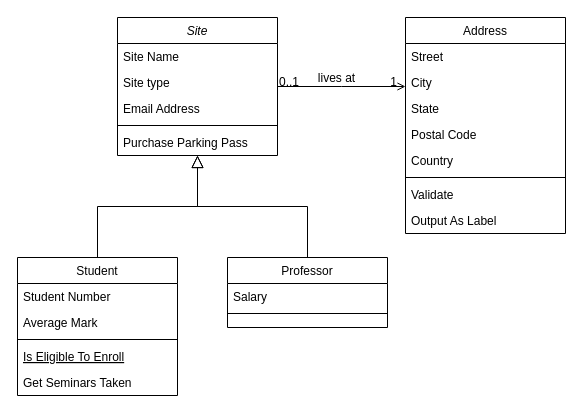
ZBCccc/KOB keeps this draw.io diagram as 未命名绘图.drawio. Above is the earlier version. Source tidied: cells renumbered, new cells numbered last; positions are measured from the earlier drawing's top-left corner, leaving out a move shared by most shapes. Both pictures are drawn from the tidied source at 100%, with x=0, y=0 at pixel (17, 17).
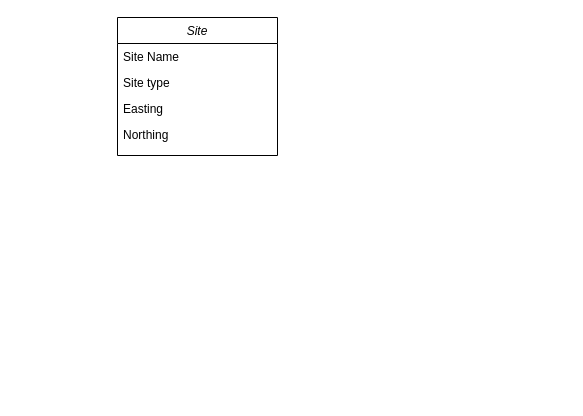
The same diagram, later.

Commit message (it also covers changes not shown here):
更新未命名绘图.drawio

The change refers to these unchanged cells:
```xml
<mxCell id="2" value="Site " style="swimlane;fontStyle=2;align=center;verticalAlign=top;horizontal=1;startSize=26;rounded=0;shadow=0;strokeWidth=1;" parent="1" vertex="1">
  <mxGeometry x="100" width="160" height="138" as="geometry" />
</mxCell>
```

The edit, as a diff of the source:
```diff
@@
-    <mxCell id="5" value="Email Address" style="text;align=left;verticalAlign=top;spacingLeft=4;spacingRight=4;overflow=hidden;rounded=0;shadow=0;html=0;" parent="2" vertex="1">
+    <mxCell id="5" value="Easting" style="text;align=left;verticalAlign=top;spacingLeft=4;spacingRight=4;overflow=hidden;rounded=0;shadow=0;html=0;" parent="2" vertex="1">
       <mxGeometry y="78" width="160" height="26" as="geometry" />
     </mxCell>
-    <mxCell id="6" style="line;html=1;strokeWidth=1;align=left;verticalAlign=middle;spacingTop=-1;spacingLeft=3;spacingRight=3;labelPosition=right;" parent="2" vertex="1">
-      <mxGeometry y="104" width="160" height="8" as="geometry" />
-    </mxCell>
-    <mxCell id="7" value="Purchase Parking Pass" style="text;align=left;verticalAlign=top;spacingLeft=4;spacingRight=4;overflow=hidden;" parent="2" vertex="1">
-      <mxGeometry y="112" width="160" height="26" as="geometry" />
-    </mxCell>
-    <mxCell id="8" value="Student" style="swimlane;fontStyle=0;align=center;verticalAlign=top;horizontal=1;startSize=26;rounded=0;shadow=0;strokeWidth=1;" parent="1" vertex="1">
-      <mxGeometry y="240" width="160" height="138" as="geometry" />
-    </mxCell>
-    <mxCell id="9" value="Student Number" style="text;align=left;verticalAlign=top;spacingLeft=4;spacingRight=4;overflow=hidden;" parent="8" vertex="1">
-      <mxGeometry y="26" width="160" height="26" as="geometry" />
-    </mxCell>
-    <mxCell id="10" value="Average Mark" style="text;align=left;verticalAlign=top;spacingLeft=4;spacingRight=4;overflow=hidden;rounded=0;shadow=0;html=0;" parent="8" vertex="1">
-      <mxGeometry y="52" width="160" height="26" as="geometry" />
-    </mxCell>
-    <mxCell id="11" style="line;html=1;strokeWidth=1;align=left;verticalAlign=middle;spacingTop=-1;spacingLeft=3;spacingRight=3;labelPosition=right;" parent="8" vertex="1">
-      <mxGeometry y="78" width="160" height="8" as="geometry" />
-    </mxCell>
-    <mxCell id="12" value="Is Eligible To Enroll" style="text;align=left;verticalAlign=top;spacingLeft=4;spacingRight=4;overflow=hidden;fontStyle=4;" parent="8" vertex="1">
-      <mxGeometry y="86" width="160" height="26" as="geometry" />
-    </mxCell>
-    <mxCell id="13" value="Get Seminars Taken" style="text;align=left;verticalAlign=top;spacingLeft=4;spacingRight=4;overflow=hidden;" parent="8" vertex="1">
-      <mxGeometry y="112" width="160" height="26" as="geometry" />
-    </mxCell>
-    <mxCell id="14" style="endArrow=block;endSize=10;endFill=0;shadow=0;strokeWidth=1;rounded=0;curved=0;edgeStyle=elbowEdgeStyle;elbow=vertical;" parent="1" edge="1" source="8" target="2">
-      <mxGeometry relative="1" as="geometry" />
-    </mxCell>
-    <mxCell id="15" value="Professor" style="swimlane;fontStyle=0;align=center;verticalAlign=top;horizontal=1;startSize=26;rounded=0;shadow=0;strokeWidth=1;" parent="1" vertex="1">
-      <mxGeometry x="210" y="240" width="160" height="70" as="geometry" />
-    </mxCell>
-    <mxCell id="16" value="Salary" style="text;align=left;verticalAlign=top;spacingLeft=4;spacingRight=4;overflow=hidden;" parent="15" vertex="1">
-      <mxGeometry y="26" width="160" height="26" as="geometry" />
-    </mxCell>
-    <mxCell id="17" style="line;html=1;strokeWidth=1;align=left;verticalAlign=middle;spacingTop=-1;spacingLeft=3;spacingRight=3;labelPosition=right;" parent="15" vertex="1">
-      <mxGeometry y="52" width="160" height="8" as="geometry" />
-    </mxCell>
-    <mxCell id="18" style="endArrow=block;endSize=10;endFill=0;shadow=0;strokeWidth=1;rounded=0;curved=0;edgeStyle=elbowEdgeStyle;elbow=vertical;" parent="1" edge="1" source="15" target="2">
-      <mxGeometry relative="1" as="geometry" />
-    </mxCell>
-    <mxCell id="19" value="Address" style="swimlane;fontStyle=0;align=center;verticalAlign=top;horizontal=1;startSize=26;rounded=0;shadow=0;strokeWidth=1;" parent="1" vertex="1">
-      <mxGeometry x="388" width="160" height="216" as="geometry" />
-    </mxCell>
-    <mxCell id="20" value="Street" style="text;align=left;verticalAlign=top;spacingLeft=4;spacingRight=4;overflow=hidden;" parent="19" vertex="1">
-      <mxGeometry y="26" width="160" height="26" as="geometry" />
-    </mxCell>
-    <mxCell id="21" value="City" style="text;align=left;verticalAlign=top;spacingLeft=4;spacingRight=4;overflow=hidden;rounded=0;shadow=0;html=0;" parent="19" vertex="1">
-      <mxGeometry y="52" width="160" height="26" as="geometry" />
-    </mxCell>
-    <mxCell id="22" value="State" style="text;align=left;verticalAlign=top;spacingLeft=4;spacingRight=4;overflow=hidden;rounded=0;shadow=0;html=0;" parent="19" vertex="1">
-      <mxGeometry y="78" width="160" height="26" as="geometry" />
-    </mxCell>
-    <mxCell id="23" value="Postal Code" style="text;align=left;verticalAlign=top;spacingLeft=4;spacingRight=4;overflow=hidden;rounded=0;shadow=0;html=0;" parent="19" vertex="1">
-      <mxGeometry y="104" width="160" height="26" as="geometry" />
-    </mxCell>
-    <mxCell id="24" value="Country" style="text;align=left;verticalAlign=top;spacingLeft=4;spacingRight=4;overflow=hidden;rounded=0;shadow=0;html=0;" parent="19" vertex="1">
-      <mxGeometry y="130" width="160" height="26" as="geometry" />
-    </mxCell>
-    <mxCell id="25" style="line;html=1;strokeWidth=1;align=left;verticalAlign=middle;spacingTop=-1;spacingLeft=3;spacingRight=3;labelPosition=right;" parent="19" vertex="1">
-      <mxGeometry y="156" width="160" height="8" as="geometry" />
-    </mxCell>
-    <mxCell id="26" value="Validate" style="text;align=left;verticalAlign=top;spacingLeft=4;spacingRight=4;overflow=hidden;" parent="19" vertex="1">
-      <mxGeometry y="164" width="160" height="26" as="geometry" />
-    </mxCell>
-    <mxCell id="27" value="Output As Label" style="text;align=left;verticalAlign=top;spacingLeft=4;spacingRight=4;overflow=hidden;" parent="19" vertex="1">
-      <mxGeometry y="190" width="160" height="26" as="geometry" />
-    </mxCell>
-    <mxCell id="28" style="endArrow=open;shadow=0;strokeWidth=1;rounded=0;curved=0;endFill=1;edgeStyle=elbowEdgeStyle;elbow=vertical;" parent="1" edge="1" source="2" target="19">
-      <mxGeometry x="0.5" y="41" relative="1" as="geometry">
-        <mxPoint x="-40" y="32" as="offset" />
-      </mxGeometry>
-    </mxCell>
-    <mxCell id="29" value="0..1" style="align=left;verticalAlign=bottom;labelBackgroundColor=none;fontSize=12;" parent="28" vertex="1">
-      <mxGeometry x="-1" relative="1" as="geometry">
-        <mxPoint y="4" as="offset" />
-      </mxGeometry>
-    </mxCell>
-    <mxCell id="30" value="1" style="align=right;verticalAlign=bottom;labelBackgroundColor=none;fontSize=12;" parent="28" vertex="1">
-      <mxGeometry x="1" relative="1" as="geometry">
-        <mxPoint x="-7" y="4" as="offset" />
-      </mxGeometry>
-    </mxCell>
-    <mxCell id="31" value="lives at" style="text;html=1;align=center;verticalAlign=middle;labelBackgroundColor=none;rounded=0;shadow=0;strokeWidth=1;fontSize=12;" parent="28" vertex="1">
-      <mxGeometry x="0.5" y="49" relative="1" as="geometry">
-        <mxPoint x="-38" y="40" as="offset" />
-      </mxGeometry>
-    </mxCell>
+    <mxCell id="32" value="Northing" style="text;strokeColor=none;align=left;fillColor=none;html=1;verticalAlign=top;whiteSpace=wrap;rounded=0;spacingLeft=4;spacingRight=4;" parent="2" vertex="1">
+      <mxGeometry y="104" width="160" height="30" as="geometry" />
+    </mxCell>
```
